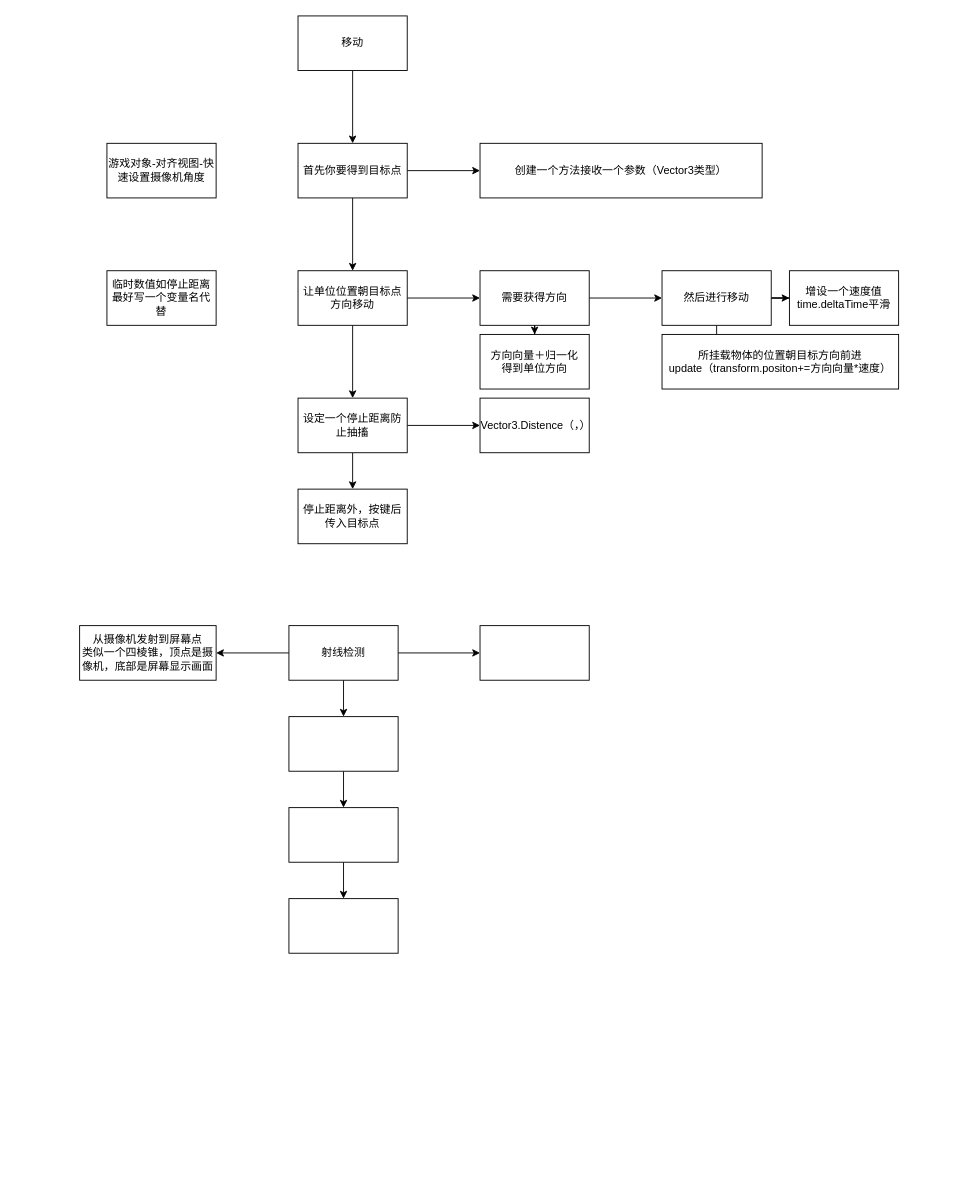
This is Codemonky学习笔记.drawio from FengYu-creator/learn-sth, a draw.io file, before an edit. Source tidied: cells renumbered, new cells numbered last; positions are measured from the earlier drawing's top-left corner, leaving out a move shared by most shapes. Both pictures are drawn from the tidied source at 91%, with x=0, y=0 at pixel (79, 15).
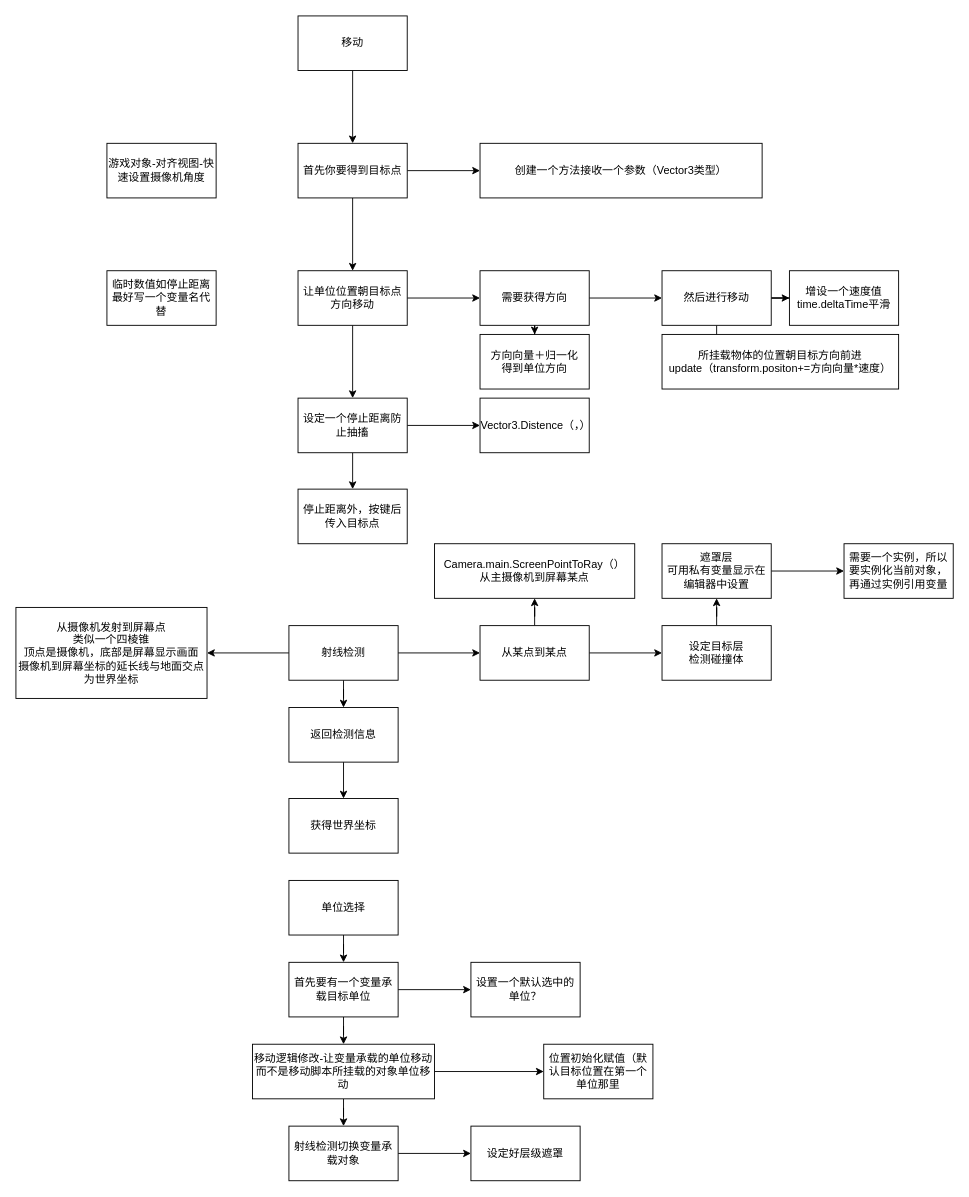
The same diagram, later.

Commit message:
更新Codemonky学习笔记.drawio

What changed in the source:
```diff
@@
+    <mxCell id="38" style="edgeStyle=orthogonalEdgeStyle;rounded=0;jettySize=auto;html=1;" parent="1" edge="1" source="31" target="42">
+      <mxGeometry relative="1" as="geometry" />
+    </mxCell>
+    <mxCell id="39" style="edgeStyle=orthogonalEdgeStyle;rounded=0;jettySize=auto;html=1;" parent="1" edge="1" source="31" target="43">
+      <mxGeometry relative="1" as="geometry" />
+    </mxCell>
-    <mxCell id="31" style="whiteSpace=wrap;html=1;rounded=0;" parent="1" vertex="1">
+    <mxCell id="31" value="从某点到某点" style="whiteSpace=wrap;html=1;rounded=0;" parent="1" vertex="1">
       <mxGeometry x="440" y="670" width="120" height="60" as="geometry" />
     </mxCell>
-    <mxCell id="32" style="edgeStyle=orthogonalEdgeStyle;rounded=0;jettySize=auto;html=1;" parent="1" edge="1" source="33" target="35">
-      <mxGeometry relative="1" as="geometry" />
-    </mxCell>
+    <mxCell id="40" style="edgeStyle=orthogonalEdgeStyle;rounded=0;jettySize=auto;html=1;" parent="1" edge="1" source="33" target="44">
+      <mxGeometry relative="1" as="geometry" />
+    </mxCell>
-    <mxCell id="33" style="whiteSpace=wrap;html=1;rounded=0;" parent="1" vertex="1">
-      <mxGeometry x="230" y="770" width="120" height="60" as="geometry" />
+    <mxCell id="33" value="返回检测信息" style="whiteSpace=wrap;html=1;rounded=0;" parent="1" vertex="1">
+      <mxGeometry x="230" y="760" width="120" height="60" as="geometry" />
     </mxCell>
-    <mxCell id="34" style="edgeStyle=orthogonalEdgeStyle;rounded=0;jettySize=auto;html=1;" parent="1" edge="1" source="35" target="36">
-      <mxGeometry relative="1" as="geometry" />
-    </mxCell>
-    <mxCell id="35" style="whiteSpace=wrap;html=1;rounded=0;" parent="1" vertex="1">
-      <mxGeometry x="230" y="870" width="120" height="60" as="geometry" />
-    </mxCell>
-    <mxCell id="36" style="whiteSpace=wrap;html=1;rounded=0;" parent="1" vertex="1">
-      <mxGeometry x="230" y="970" width="120" height="60" as="geometry" />
-    </mxCell>
-    <mxCell id="37" value="从摄像机发射到屏幕点&lt;div&gt;类似一个四棱锥，顶点是摄像机，底部是屏幕显示画面&lt;/div&gt;" style="whiteSpace=wrap;html=1;rounded=0;" parent="1" vertex="1">
-      <mxGeometry y="670" width="150" height="60" as="geometry" />
+    <mxCell id="37" value="从摄像机发射到屏幕点&lt;div&gt;类似一个四棱锥&lt;/div&gt;&lt;div&gt;顶点是摄像机，底部是屏幕显示画面&lt;/div&gt;&lt;div&gt;摄像机到屏幕坐标的延长线与地面交点为世界坐标&lt;/div&gt;" style="whiteSpace=wrap;html=1;rounded=0;" parent="1" vertex="1">
+      <mxGeometry x="-70" y="650" width="210" height="100" as="geometry" />
     </mxCell>
+    <mxCell id="41" style="edgeStyle=orthogonalEdgeStyle;rounded=0;jettySize=auto;html=1;" parent="1" edge="1" source="42" target="46">
+      <mxGeometry relative="1" as="geometry" />
+    </mxCell>
+    <mxCell id="42" value="设定目标层&lt;div&gt;检测碰撞体&lt;/div&gt;" style="whiteSpace=wrap;html=1;rounded=0;" parent="1" vertex="1">
+      <mxGeometry x="640" y="670" width="120" height="60" as="geometry" />
+    </mxCell>
+    <mxCell id="43" value="Camera.main.ScreenPointToRay（）&lt;div&gt;从主摄像机到屏幕某点&lt;/div&gt;" style="whiteSpace=wrap;html=1;rounded=0;" parent="1" vertex="1">
+      <mxGeometry x="390" y="580" width="220" height="60" as="geometry" />
+    </mxCell>
+    <mxCell id="44" value="获得世界坐标" style="whiteSpace=wrap;html=1;rounded=0;" parent="1" vertex="1">
+      <mxGeometry x="230" y="860" width="120" height="60" as="geometry" />
+    </mxCell>
+    <mxCell id="45" style="edgeStyle=orthogonalEdgeStyle;rounded=0;jettySize=auto;html=1;" parent="1" edge="1" source="46" target="47">
+      <mxGeometry relative="1" as="geometry" />
+    </mxCell>
+    <mxCell id="46" value="遮罩层&lt;div&gt;可用私有变量显示在编辑器中设置&lt;/div&gt;" style="whiteSpace=wrap;html=1;rounded=0;" parent="1" vertex="1">
+      <mxGeometry x="640" y="580" width="120" height="60" as="geometry" />
+    </mxCell>
+    <mxCell id="47" value="需要一个实例，所以要实例化当前对象，再通过实例引用变量" style="whiteSpace=wrap;html=1;rounded=0;" parent="1" vertex="1">
+      <mxGeometry x="840" y="580" width="120" height="60" as="geometry" />
+    </mxCell>
+    <mxCell id="48" style="edgeStyle=orthogonalEdgeStyle;rounded=0;jettySize=auto;html=1;" parent="1" edge="1" source="49" target="52">
+      <mxGeometry relative="1" as="geometry" />
+    </mxCell>
+    <mxCell id="49" value="单位选择" style="rounded=0;whiteSpace=wrap;html=1;" parent="1" vertex="1">
+      <mxGeometry x="230" y="950" width="120" height="60" as="geometry" />
+    </mxCell>
+    <mxCell id="50" style="edgeStyle=orthogonalEdgeStyle;rounded=0;jettySize=auto;html=1;" parent="1" edge="1" source="52" target="53">
+      <mxGeometry relative="1" as="geometry" />
+    </mxCell>
+    <mxCell id="51" style="edgeStyle=orthogonalEdgeStyle;rounded=0;jettySize=auto;html=1;" parent="1" edge="1" source="52" target="56">
+      <mxGeometry relative="1" as="geometry" />
+    </mxCell>
+    <mxCell id="52" value="首先要有一个变量承载目标单位" style="whiteSpace=wrap;html=1;rounded=0;" parent="1" vertex="1">
+      <mxGeometry x="230" y="1040" width="120" height="60" as="geometry" />
+    </mxCell>
+    <mxCell id="53" value="设置一个默认选中的单位？" style="whiteSpace=wrap;html=1;rounded=0;" parent="1" vertex="1">
+      <mxGeometry x="430" y="1040" width="120" height="60" as="geometry" />
+    </mxCell>
+    <mxCell id="54" style="edgeStyle=orthogonalEdgeStyle;rounded=0;jettySize=auto;html=1;" parent="1" edge="1" source="56" target="58">
+      <mxGeometry relative="1" as="geometry" />
+    </mxCell>
+    <mxCell id="55" style="edgeStyle=orthogonalEdgeStyle;rounded=0;jettySize=auto;html=1;" parent="1" edge="1" source="56" target="59">
+      <mxGeometry relative="1" as="geometry" />
+    </mxCell>
+    <mxCell id="56" value="移动逻辑修改-让变量承载的单位移动而不是移动脚本所挂载的对象单位移动" style="whiteSpace=wrap;html=1;rounded=0;" parent="1" vertex="1">
+      <mxGeometry x="190" y="1130" width="200" height="60" as="geometry" />
+    </mxCell>
+    <mxCell id="57" style="edgeStyle=orthogonalEdgeStyle;rounded=0;jettySize=auto;html=1;" parent="1" edge="1" source="58" target="60">
+      <mxGeometry relative="1" as="geometry" />
+    </mxCell>
+    <mxCell id="58" value="射线检测切换变量承载对象" style="whiteSpace=wrap;html=1;rounded=0;" parent="1" vertex="1">
+      <mxGeometry x="230" y="1220" width="120" height="60" as="geometry" />
+    </mxCell>
+    <mxCell id="59" value="位置初始化赋值（默认目标位置在第一个单位那里" style="whiteSpace=wrap;html=1;rounded=0;" parent="1" vertex="1">
+      <mxGeometry x="510" y="1130" width="120" height="60" as="geometry" />
+    </mxCell>
+    <mxCell id="60" value="设定好层级遮罩" style="whiteSpace=wrap;html=1;rounded=0;" parent="1" vertex="1">
+      <mxGeometry x="430" y="1220" width="120" height="60" as="geometry" />
+    </mxCell>
```
